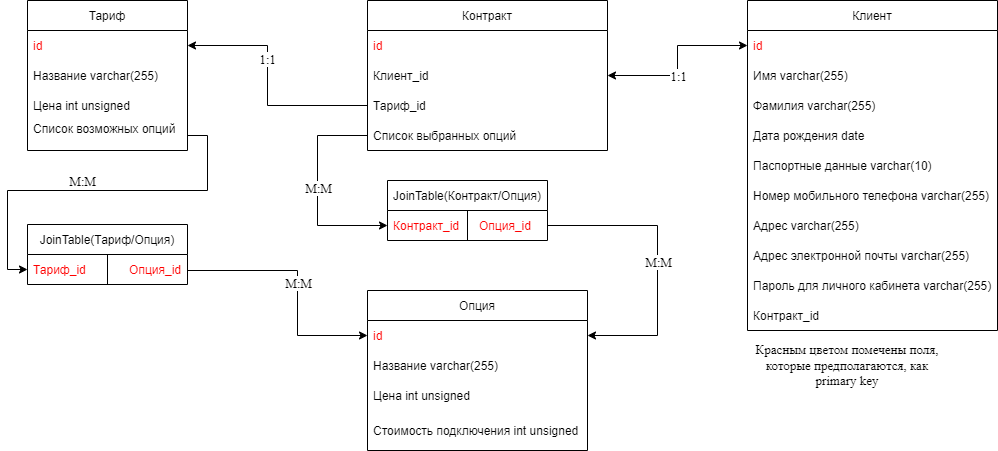
Above: database/database_scheme.png in mrKust/MobileOperatorJavaSchoolT (draw.io), before the change. Source tidied: cells renumbered, new cells last; positions are measured from the earlier drawing's top-left corner, leaving out a move shared by most shapes.
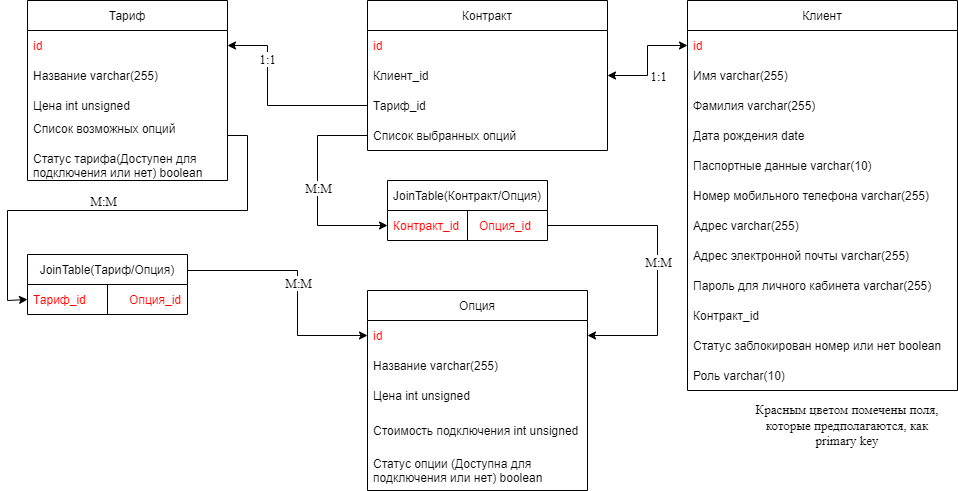
After the change.

Diff of the diagram source:
```diff
@@ -3,22 +3,25 @@
     <mxCell id="0" />
     <mxCell id="1" parent="0" />
     <mxCell id="2" value="Тариф" style="swimlane;fontStyle=0;horizontal=1;startSize=30;" parent="1" vertex="1">
-      <mxGeometry x="20" width="160" height="150" as="geometry" />
+      <mxGeometry x="20" width="200" height="180" as="geometry" />
     </mxCell>
     <mxCell id="3" value="id" style="text;strokeColor=none;fillColor=none;align=left;verticalAlign=middle;spacingLeft=4;spacingRight=4;overflow=hidden;points=[[0,0.5],[1,0.5]];portConstraint=eastwest;fontStyle=0;fontColor=#FF0000;" parent="2" vertex="1">
-      <mxGeometry y="30" width="160" height="30" as="geometry" />
+      <mxGeometry y="30" width="200" height="30" as="geometry" />
     </mxCell>
     <mxCell id="4" value="Название varchar(255)" style="text;strokeColor=none;fillColor=none;align=left;verticalAlign=middle;spacingLeft=4;spacingRight=4;overflow=hidden;fontStyle=0;fontColor=#000000;" parent="2" vertex="1">
-      <mxGeometry y="60" width="160" height="30" as="geometry" />
+      <mxGeometry y="60" width="200" height="30" as="geometry" />
     </mxCell>
     <mxCell id="5" value="Цена int unsigned" style="text;strokeColor=none;fillColor=none;align=left;verticalAlign=middle;spacingLeft=4;spacingRight=4;overflow=hidden;" parent="2" vertex="1">
-      <mxGeometry y="90" width="160" height="30" as="geometry" />
+      <mxGeometry y="90" width="200" height="30" as="geometry" />
     </mxCell>
     <mxCell id="6" value="Список возможных опций&#10;" style="text;strokeColor=none;fillColor=none;align=left;verticalAlign=middle;spacingLeft=4;spacingRight=4;overflow=hidden;points=[[0,0.5],[1,0.5]];portConstraint=eastwest;" parent="2" vertex="1">
-      <mxGeometry y="120" width="160" height="30" as="geometry" />
+      <mxGeometry y="120" width="200" height="30" as="geometry" />
     </mxCell>
+    <mxCell id="47" value="Статус тарифа(Доступен для &#10;подключения или нет) boolean" style="text;strokeColor=none;fillColor=none;align=left;verticalAlign=middle;spacingLeft=4;spacingRight=4;overflow=hidden;" parent="2" vertex="1">
+      <mxGeometry y="150" width="200" height="30" as="geometry" />
+    </mxCell>
     <mxCell id="7" value="Опция" style="swimlane;fontStyle=0;horizontal=1;startSize=30;fontColor=#000000;" parent="1" vertex="1">
-      <mxGeometry x="360" y="290" width="220" height="160" as="geometry" />
+      <mxGeometry x="360" y="290" width="220" height="200" as="geometry" />
     </mxCell>
     <mxCell id="8" value="id" style="text;strokeColor=none;fillColor=none;align=left;verticalAlign=middle;spacingLeft=4;spacingRight=4;overflow=hidden;points=[[0,0.5],[1,0.5]];portConstraint=eastwest;fontColor=#FF0000;" parent="7" vertex="1">
       <mxGeometry y="30" width="220" height="30" as="geometry" />
@@ -32,39 +35,48 @@
     <mxCell id="11" value="Стоимость подключения int unsigned" style="text;strokeColor=none;fillColor=none;align=left;verticalAlign=middle;spacingLeft=4;spacingRight=4;overflow=hidden;fontColor=#000000;" parent="7" vertex="1">
       <mxGeometry y="120" width="220" height="40" as="geometry" />
     </mxCell>
+    <mxCell id="48" value="Статус опции (Доступна для&#10;подключения или нет) boolean" style="text;strokeColor=none;fillColor=none;align=left;verticalAlign=middle;spacingLeft=4;spacingRight=4;overflow=hidden;fontColor=#000000;" parent="7" vertex="1">
+      <mxGeometry y="160" width="220" height="40" as="geometry" />
+    </mxCell>
     <mxCell id="12" value="Клиент" style="swimlane;fontStyle=0;horizontal=1;startSize=30;fontColor=#000000;" parent="1" vertex="1">
-      <mxGeometry x="740" width="250" height="330" as="geometry" />
+      <mxGeometry x="680" width="270" height="390" as="geometry" />
     </mxCell>
     <mxCell id="13" value="id" style="text;strokeColor=none;fillColor=none;align=left;verticalAlign=middle;spacingLeft=4;spacingRight=4;overflow=hidden;points=[[0,0.5],[1,0.5]];portConstraint=eastwest;fontColor=#FF0000;" parent="12" vertex="1">
-      <mxGeometry y="30" width="250" height="30" as="geometry" />
+      <mxGeometry y="30" width="270" height="30" as="geometry" />
     </mxCell>
     <mxCell id="14" value="Имя varchar(255)" style="text;strokeColor=none;fillColor=none;align=left;verticalAlign=middle;spacingLeft=4;spacingRight=4;overflow=hidden;fontColor=#000000;" parent="12" vertex="1">
-      <mxGeometry y="60" width="250" height="30" as="geometry" />
+      <mxGeometry y="60" width="270" height="30" as="geometry" />
     </mxCell>
     <mxCell id="15" value="Фамилия varchar(255)" style="text;strokeColor=none;fillColor=none;align=left;verticalAlign=middle;spacingLeft=4;spacingRight=4;overflow=hidden;fontColor=#000000;" parent="12" vertex="1">
-      <mxGeometry y="90" width="250" height="30" as="geometry" />
+      <mxGeometry y="90" width="270" height="30" as="geometry" />
     </mxCell>
     <mxCell id="16" value="Дата рождения date" style="text;strokeColor=none;fillColor=none;align=left;verticalAlign=middle;spacingLeft=4;spacingRight=4;overflow=hidden;fontColor=#000000;" parent="12" vertex="1">
-      <mxGeometry y="120" width="250" height="30" as="geometry" />
+      <mxGeometry y="120" width="270" height="30" as="geometry" />
     </mxCell>
     <mxCell id="17" value="Паспортные данные varchar(10)" style="text;strokeColor=none;fillColor=none;align=left;verticalAlign=middle;spacingLeft=4;spacingRight=4;overflow=hidden;fontColor=#000000;" parent="12" vertex="1">
-      <mxGeometry y="150" width="250" height="30" as="geometry" />
+      <mxGeometry y="150" width="270" height="30" as="geometry" />
     </mxCell>
     <mxCell id="18" value="Номер мобильного телефона varchar(255)" style="text;strokeColor=none;fillColor=none;align=left;verticalAlign=middle;spacingLeft=4;spacingRight=4;overflow=hidden;fontColor=#000000;" parent="12" vertex="1">
-      <mxGeometry y="180" width="250" height="30" as="geometry" />
+      <mxGeometry y="180" width="270" height="30" as="geometry" />
     </mxCell>
     <mxCell id="19" value="Адрес varchar(255)" style="text;strokeColor=none;fillColor=none;align=left;verticalAlign=middle;spacingLeft=4;spacingRight=4;overflow=hidden;fontColor=#000000;" parent="12" vertex="1">
-      <mxGeometry y="210" width="250" height="30" as="geometry" />
+      <mxGeometry y="210" width="270" height="30" as="geometry" />
     </mxCell>
     <mxCell id="20" value="Адрес электронной почты varchar(255)" style="text;strokeColor=none;fillColor=none;align=left;verticalAlign=middle;spacingLeft=4;spacingRight=4;overflow=hidden;fontColor=#000000;" parent="12" vertex="1">
-      <mxGeometry y="240" width="250" height="30" as="geometry" />
+      <mxGeometry y="240" width="270" height="30" as="geometry" />
     </mxCell>
     <mxCell id="21" value="Пароль для личного кабинета varchar(255)" style="text;strokeColor=none;fillColor=none;align=left;verticalAlign=middle;spacingLeft=4;spacingRight=4;overflow=hidden;fontColor=#000000;" parent="12" vertex="1">
-      <mxGeometry y="270" width="250" height="30" as="geometry" />
+      <mxGeometry y="270" width="270" height="30" as="geometry" />
     </mxCell>
     <mxCell id="22" value="Контракт_id" style="text;strokeColor=none;fillColor=none;align=left;verticalAlign=middle;spacingLeft=4;spacingRight=4;overflow=hidden;fontColor=#000000;" parent="12" vertex="1">
-      <mxGeometry y="300" width="250" height="30" as="geometry" />
+      <mxGeometry y="300" width="270" height="30" as="geometry" />
     </mxCell>
+    <mxCell id="49" value="Статус заблокирован номер или нет boolean" style="text;strokeColor=none;fillColor=none;align=left;verticalAlign=middle;spacingLeft=4;spacingRight=4;overflow=hidden;fontColor=#000000;" parent="12" vertex="1">
+      <mxGeometry y="330" width="270" height="30" as="geometry" />
+    </mxCell>
+    <mxCell id="50" value="Роль varchar(10)" style="text;strokeColor=none;fillColor=none;align=left;verticalAlign=middle;spacingLeft=4;spacingRight=4;overflow=hidden;fontColor=#000000;" parent="12" vertex="1">
+      <mxGeometry y="360" width="270" height="30" as="geometry" />
+    </mxCell>
     <mxCell id="23" value="Контракт" style="swimlane;fontStyle=0;horizontal=1;startSize=30;fontColor=#000000;" parent="1" vertex="1">
       <mxGeometry x="360" width="240" height="150" as="geometry" />
     </mxCell>
@@ -89,7 +101,12 @@
       </mxGeometry>
     </mxCell>
     <mxCell id="29" style="endArrow=classic;startArrow=classic;html=1;rounded=0;fontFamily=Times New Roman;fontSize=13;fontColor=#000000;entryX=0;entryY=0.5;entryDx=0;entryDy=0;exitX=1;exitY=0.5;exitDx=0;exitDy=0;edgeStyle=orthogonalEdgeStyle;startFill=1;" parent="1" edge="1" source="25" target="13">
-      <mxGeometry relative="1" as="geometry" />
+      <mxGeometry relative="1" as="geometry">
+        <Array as="points">
+          <mxPoint x="640" y="75" />
+          <mxPoint x="640" y="45" />
+        </Array>
+      </mxGeometry>
     </mxCell>
     <mxCell id="30" value="1:1" style="edgeLabel;html=1;align=center;verticalAlign=middle;fontSize=13;fontFamily=Times New Roman;fontColor=#000000;" parent="29" vertex="1">
       <mxGeometry x="-0.33" y="-2" relative="1" as="geometry">
@@ -100,7 +117,7 @@
       <mxGeometry x="259" y="58" as="geometry" />
     </mxCell>
     <mxCell id="32" value="Красным цветом помечены поля, которые предполагаются, как primary key" style="text;html=1;strokeColor=none;fillColor=none;align=center;verticalAlign=middle;whiteSpace=wrap;rounded=0;fontFamily=Times New Roman;fontSize=13;fontColor=#000000;" parent="1" vertex="1">
-      <mxGeometry x="740" y="350" width="200" height="30" as="geometry" />
+      <mxGeometry x="740" y="410" width="200" height="30" as="geometry" />
     </mxCell>
     <mxCell id="33" style="endArrow=classic;html=1;rounded=0;entryX=0;entryY=0.5;entryDx=0;entryDy=0;edgeStyle=orthogonalEdgeStyle;fontFamily=Times New Roman;exitX=0;exitY=0.5;exitDx=0;exitDy=0;" parent="1" edge="1" source="27" target="39">
       <mxGeometry relative="1" as="geometry">
@@ -116,7 +133,7 @@
       </mxGeometry>
     </mxCell>
     <mxCell id="35" value="JoinTable(Тариф/Опция)" style="swimlane;fontStyle=0;horizontal=1;startSize=30;" parent="1" vertex="1">
-      <mxGeometry x="20" y="224" width="160" height="60" as="geometry" />
+      <mxGeometry x="20" y="254" width="160" height="60" as="geometry" />
     </mxCell>
     <mxCell id="36" value="Тариф_id             Опция_id" style="text;strokeColor=none;fillColor=none;align=left;verticalAlign=middle;spacingLeft=4;spacingRight=4;overflow=hidden;points=[[0,0.5],[1,0.5]];portConstraint=eastwest;fontStyle=0;fontColor=#FF0000;" parent="35" vertex="1">
       <mxGeometry y="30" width="160" height="30" as="geometry" />
@@ -155,10 +172,10 @@
     <mxCell id="43" style="endArrow=classic;html=1;rounded=0;entryX=0;entryY=0.5;entryDx=0;entryDy=0;edgeStyle=orthogonalEdgeStyle;fontFamily=Times New Roman;exitX=1;exitY=0.5;exitDx=0;exitDy=0;" parent="1" edge="1" source="6" target="36">
       <mxGeometry relative="1" as="geometry">
         <Array as="points">
-          <mxPoint x="200" y="135" />
-          <mxPoint x="200" y="190" />
-          <mxPoint y="190" />
-          <mxPoint y="269" />
+          <mxPoint x="240" y="135" />
+          <mxPoint x="240" y="210" />
+          <mxPoint y="210" />
+          <mxPoint y="300" />
         </Array>
       </mxGeometry>
     </mxCell>
```
